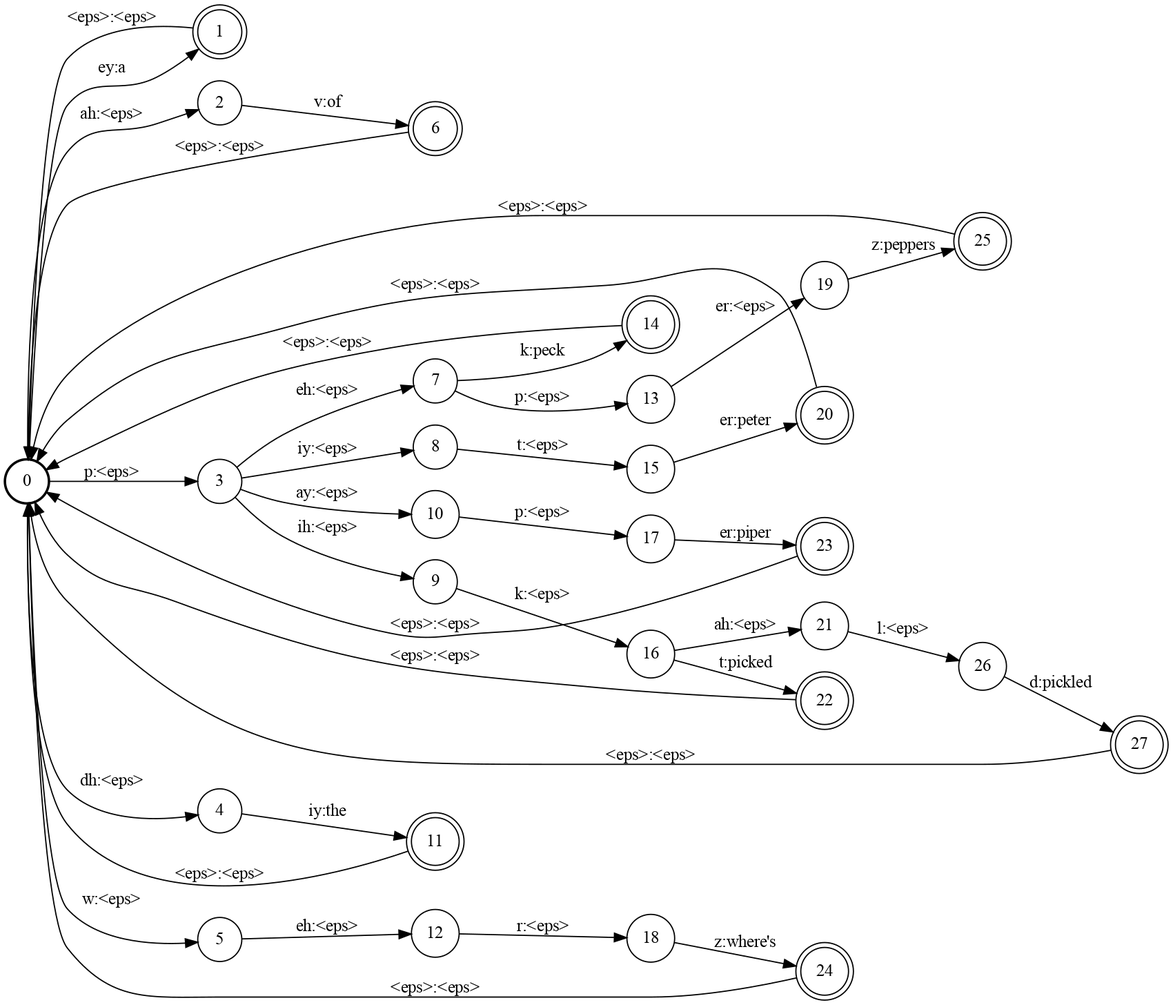
Above: tmp.png in SIMONDSKNIGHT/ASR_CW (Graphviz), before the change. Its source is kept beside it as tmp.dot.
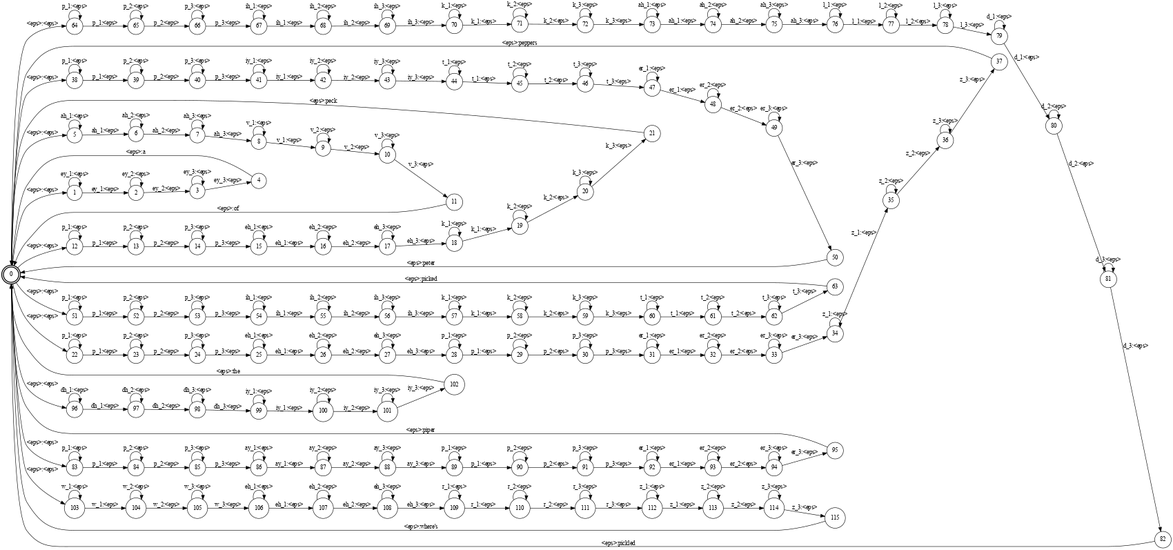
The same file after the commit.

The edit, as a diff of the source:
```diff
@@ -5,69 +5,350 @@
 orientation = Portrait;
 ranksep = "0.4";
 nodesep = "0.25";
-0 [label = "0", shape = circle, style = bold, fontsize = 14]
-	0 -> 1 [label = "ey:a", fontsize = 14];
-	0 -> 2 [label = "ah:<eps>", fontsize = 14];
-	0 -> 3 [label = "p:<eps>", fontsize = 14];
-	0 -> 4 [label = "dh:<eps>", fontsize = 14];
-	0 -> 5 [label = "w:<eps>", fontsize = 14];
-1 [label = "1", shape = doublecircle, style = solid, fontsize = 14]
-	1 -> 0 [label = "<eps>:<eps>", fontsize = 14];
+0 [label = "0", shape = doublecircle, style = bold, fontsize = 14]
+	0 -> 1 [label = "<eps>:<eps>", fontsize = 14];
+	0 -> 5 [label = "<eps>:<eps>", fontsize = 14];
+	0 -> 12 [label = "<eps>:<eps>", fontsize = 14];
+	0 -> 22 [label = "<eps>:<eps>", fontsize = 14];
+	0 -> 38 [label = "<eps>:<eps>", fontsize = 14];
+	0 -> 51 [label = "<eps>:<eps>", fontsize = 14];
+	0 -> 64 [label = "<eps>:<eps>", fontsize = 14];
+	0 -> 83 [label = "<eps>:<eps>", fontsize = 14];
+	0 -> 96 [label = "<eps>:<eps>", fontsize = 14];
+	0 -> 103 [label = "<eps>:<eps>", fontsize = 14];
+1 [label = "1", shape = circle, style = solid, fontsize = 14]
+	1 -> 1 [label = "ey_1:<eps>", fontsize = 14];
+	1 -> 2 [label = "ey_1:<eps>", fontsize = 14];
 2 [label = "2", shape = circle, style = solid, fontsize = 14]
-	2 -> 6 [label = "v:of", fontsize = 14];
+	2 -> 2 [label = "ey_2:<eps>", fontsize = 14];
+	2 -> 3 [label = "ey_2:<eps>", fontsize = 14];
 3 [label = "3", shape = circle, style = solid, fontsize = 14]
-	3 -> 7 [label = "eh:<eps>", fontsize = 14];
-	3 -> 8 [label = "iy:<eps>", fontsize = 14];
-	3 -> 9 [label = "ih:<eps>", fontsize = 14];
-	3 -> 10 [label = "ay:<eps>", fontsize = 14];
+	3 -> 3 [label = "ey_3:<eps>", fontsize = 14];
+	3 -> 4 [label = "ey_3:<eps>", fontsize = 14];
 4 [label = "4", shape = circle, style = solid, fontsize = 14]
-	4 -> 11 [label = "iy:the", fontsize = 14];
+	4 -> 0 [label = "<eps>:a", fontsize = 14];
 5 [label = "5", shape = circle, style = solid, fontsize = 14]
-	5 -> 12 [label = "eh:<eps>", fontsize = 14];
-6 [label = "6", shape = doublecircle, style = solid, fontsize = 14]
-	6 -> 0 [label = "<eps>:<eps>", fontsize = 14];
+	5 -> 5 [label = "ah_1:<eps>", fontsize = 14];
+	5 -> 6 [label = "ah_1:<eps>", fontsize = 14];
+6 [label = "6", shape = circle, style = solid, fontsize = 14]
+	6 -> 6 [label = "ah_2:<eps>", fontsize = 14];
+	6 -> 7 [label = "ah_2:<eps>", fontsize = 14];
 7 [label = "7", shape = circle, style = solid, fontsize = 14]
-	7 -> 13 [label = "p:<eps>", fontsize = 14];
-	7 -> 14 [label = "k:peck", fontsize = 14];
+	7 -> 7 [label = "ah_3:<eps>", fontsize = 14];
+	7 -> 8 [label = "ah_3:<eps>", fontsize = 14];
 8 [label = "8", shape = circle, style = solid, fontsize = 14]
-	8 -> 15 [label = "t:<eps>", fontsize = 14];
+	8 -> 8 [label = "v_1:<eps>", fontsize = 14];
+	8 -> 9 [label = "v_1:<eps>", fontsize = 14];
 9 [label = "9", shape = circle, style = solid, fontsize = 14]
-	9 -> 16 [label = "k:<eps>", fontsize = 14];
+	9 -> 9 [label = "v_2:<eps>", fontsize = 14];
+	9 -> 10 [label = "v_2:<eps>", fontsize = 14];
 10 [label = "10", shape = circle, style = solid, fontsize = 14]
-	10 -> 17 [label = "p:<eps>", fontsize = 14];
-11 [label = "11", shape = doublecircle, style = solid, fontsize = 14]
-	11 -> 0 [label = "<eps>:<eps>", fontsize = 14];
+	10 -> 10 [label = "v_3:<eps>", fontsize = 14];
+	10 -> 11 [label = "v_3:<eps>", fontsize = 14];
+11 [label = "11", shape = circle, style = solid, fontsize = 14]
+	11 -> 0 [label = "<eps>:of", fontsize = 14];
 12 [label = "12", shape = circle, style = solid, fontsize = 14]
-	12 -> 18 [label = "r:<eps>", fontsize = 14];
+	12 -> 12 [label = "p_1:<eps>", fontsize = 14];
+	12 -> 13 [label = "p_1:<eps>", fontsize = 14];
 13 [label = "13", shape = circle, style = solid, fontsize = 14]
-	13 -> 19 [label = "er:<eps>", fontsize = 14];
-14 [label = "14", shape = doublecircle, style = solid, fontsize = 14]
-	14 -> 0 [label = "<eps>:<eps>", fontsize = 14];
+	13 -> 13 [label = "p_2:<eps>", fontsize = 14];
+	13 -> 14 [label = "p_2:<eps>", fontsize = 14];
+14 [label = "14", shape = circle, style = solid, fontsize = 14]
+	14 -> 14 [label = "p_3:<eps>", fontsize = 14];
+	14 -> 15 [label = "p_3:<eps>", fontsize = 14];
 15 [label = "15", shape = circle, style = solid, fontsize = 14]
-	15 -> 20 [label = "er:peter", fontsize = 14];
+	15 -> 15 [label = "eh_1:<eps>", fontsize = 14];
+	15 -> 16 [label = "eh_1:<eps>", fontsize = 14];
 16 [label = "16", shape = circle, style = solid, fontsize = 14]
-	16 -> 21 [label = "ah:<eps>", fontsize = 14];
-	16 -> 22 [label = "t:picked", fontsize = 14];
+	16 -> 16 [label = "eh_2:<eps>", fontsize = 14];
+	16 -> 17 [label = "eh_2:<eps>", fontsize = 14];
 17 [label = "17", shape = circle, style = solid, fontsize = 14]
-	17 -> 23 [label = "er:piper", fontsize = 14];
+	17 -> 17 [label = "eh_3:<eps>", fontsize = 14];
+	17 -> 18 [label = "eh_3:<eps>", fontsize = 14];
 18 [label = "18", shape = circle, style = solid, fontsize = 14]
-	18 -> 24 [label = "z:where's", fontsize = 14];
+	18 -> 18 [label = "k_1:<eps>", fontsize = 14];
+	18 -> 19 [label = "k_1:<eps>", fontsize = 14];
 19 [label = "19", shape = circle, style = solid, fontsize = 14]
-	19 -> 25 [label = "z:peppers", fontsize = 14];
-20 [label = "20", shape = doublecircle, style = solid, fontsize = 14]
-	20 -> 0 [label = "<eps>:<eps>", fontsize = 14];
+	19 -> 19 [label = "k_2:<eps>", fontsize = 14];
+	19 -> 20 [label = "k_2:<eps>", fontsize = 14];
+20 [label = "20", shape = circle, style = solid, fontsize = 14]
+	20 -> 20 [label = "k_3:<eps>", fontsize = 14];
+	20 -> 21 [label = "k_3:<eps>", fontsize = 14];
 21 [label = "21", shape = circle, style = solid, fontsize = 14]
-	21 -> 26 [label = "l:<eps>", fontsize = 14];
-22 [label = "22", shape = doublecircle, style = solid, fontsize = 14]
-	22 -> 0 [label = "<eps>:<eps>", fontsize = 14];
-23 [label = "23", shape = doublecircle, style = solid, fontsize = 14]
-	23 -> 0 [label = "<eps>:<eps>", fontsize = 14];
-24 [label = "24", shape = doublecircle, style = solid, fontsize = 14]
-	24 -> 0 [label = "<eps>:<eps>", fontsize = 14];
-25 [label = "25", shape = doublecircle, style = solid, fontsize = 14]
-	25 -> 0 [label = "<eps>:<eps>", fontsize = 14];
+	21 -> 0 [label = "<eps>:peck", fontsize = 14];
+22 [label = "22", shape = circle, style = solid, fontsize = 14]
+	22 -> 22 [label = "p_1:<eps>", fontsize = 14];
+	22 -> 23 [label = "p_1:<eps>", fontsize = 14];
+23 [label = "23", shape = circle, style = solid, fontsize = 14]
+	23 -> 23 [label = "p_2:<eps>", fontsize = 14];
+	23 -> 24 [label = "p_2:<eps>", fontsize = 14];
+24 [label = "24", shape = circle, style = solid, fontsize = 14]
+	24 -> 24 [label = "p_3:<eps>", fontsize = 14];
+	24 -> 25 [label = "p_3:<eps>", fontsize = 14];
+25 [label = "25", shape = circle, style = solid, fontsize = 14]
+	25 -> 25 [label = "eh_1:<eps>", fontsize = 14];
+	25 -> 26 [label = "eh_1:<eps>", fontsize = 14];
 26 [label = "26", shape = circle, style = solid, fontsize = 14]
-	26 -> 27 [label = "d:pickled", fontsize = 14];
-27 [label = "27", shape = doublecircle, style = solid, fontsize = 14]
-	27 -> 0 [label = "<eps>:<eps>", fontsize = 14];
+	26 -> 26 [label = "eh_2:<eps>", fontsize = 14];
+	26 -> 27 [label = "eh_2:<eps>", fontsize = 14];
+27 [label = "27", shape = circle, style = solid, fontsize = 14]
+	27 -> 27 [label = "eh_3:<eps>", fontsize = 14];
+	27 -> 28 [label = "eh_3:<eps>", fontsize = 14];
+28 [label = "28", shape = circle, style = solid, fontsize = 14]
+	28 -> 28 [label = "p_1:<eps>", fontsize = 14];
+	28 -> 29 [label = "p_1:<eps>", fontsize = 14];
+29 [label = "29", shape = circle, style = solid, fontsize = 14]
+	29 -> 29 [label = "p_2:<eps>", fontsize = 14];
+	29 -> 30 [label = "p_2:<eps>", fontsize = 14];
+30 [label = "30", shape = circle, style = solid, fontsize = 14]
+	30 -> 30 [label = "p_3:<eps>", fontsize = 14];
+	30 -> 31 [label = "p_3:<eps>", fontsize = 14];
+31 [label = "31", shape = circle, style = solid, fontsize = 14]
+	31 -> 31 [label = "er_1:<eps>", fontsize = 14];
+	31 -> 32 [label = "er_1:<eps>", fontsize = 14];
+32 [label = "32", shape = circle, style = solid, fontsize = 14]
+	32 -> 32 [label = "er_2:<eps>", fontsize = 14];
+	32 -> 33 [label = "er_2:<eps>", fontsize = 14];
+33 [label = "33", shape = circle, style = solid, fontsize = 14]
+	33 -> 33 [label = "er_3:<eps>", fontsize = 14];
+	33 -> 34 [label = "er_3:<eps>", fontsize = 14];
+34 [label = "34", shape = circle, style = solid, fontsize = 14]
+	34 -> 34 [label = "z_1:<eps>", fontsize = 14];
+	34 -> 35 [label = "z_1:<eps>", fontsize = 14];
+35 [label = "35", shape = circle, style = solid, fontsize = 14]
+	35 -> 35 [label = "z_2:<eps>", fontsize = 14];
+	35 -> 36 [label = "z_2:<eps>", fontsize = 14];
+36 [label = "36", shape = circle, style = solid, fontsize = 14]
+	36 -> 36 [label = "z_3:<eps>", fontsize = 14];
+	36 -> 37 [label = "z_3:<eps>", fontsize = 14];
+37 [label = "37", shape = circle, style = solid, fontsize = 14]
+	37 -> 0 [label = "<eps>:peppers", fontsize = 14];
+38 [label = "38", shape = circle, style = solid, fontsize = 14]
+	38 -> 38 [label = "p_1:<eps>", fontsize = 14];
+	38 -> 39 [label = "p_1:<eps>", fontsize = 14];
+39 [label = "39", shape = circle, style = solid, fontsize = 14]
+	39 -> 39 [label = "p_2:<eps>", fontsize = 14];
+	39 -> 40 [label = "p_2:<eps>", fontsize = 14];
+40 [label = "40", shape = circle, style = solid, fontsize = 14]
+	40 -> 40 [label = "p_3:<eps>", fontsize = 14];
+	40 -> 41 [label = "p_3:<eps>", fontsize = 14];
+41 [label = "41", shape = circle, style = solid, fontsize = 14]
+	41 -> 41 [label = "iy_1:<eps>", fontsize = 14];
+	41 -> 42 [label = "iy_1:<eps>", fontsize = 14];
+42 [label = "42", shape = circle, style = solid, fontsize = 14]
+	42 -> 42 [label = "iy_2:<eps>", fontsize = 14];
+	42 -> 43 [label = "iy_2:<eps>", fontsize = 14];
+43 [label = "43", shape = circle, style = solid, fontsize = 14]
+	43 -> 43 [label = "iy_3:<eps>", fontsize = 14];
+	43 -> 44 [label = "iy_3:<eps>", fontsize = 14];
+44 [label = "44", shape = circle, style = solid, fontsize = 14]
+	44 -> 44 [label = "t_1:<eps>", fontsize = 14];
+	44 -> 45 [label = "t_1:<eps>", fontsize = 14];
+45 [label = "45", shape = circle, style = solid, fontsize = 14]
+	45 -> 45 [label = "t_2:<eps>", fontsize = 14];
+	45 -> 46 [label = "t_2:<eps>", fontsize = 14];
+46 [label = "46", shape = circle, style = solid, fontsize = 14]
+	46 -> 46 [label = "t_3:<eps>", fontsize = 14];
+	46 -> 47 [label = "t_3:<eps>", fontsize = 14];
+47 [label = "47", shape = circle, style = solid, fontsize = 14]
+	47 -> 47 [label = "er_1:<eps>", fontsize = 14];
+	47 -> 48 [label = "er_1:<eps>", fontsize = 14];
+48 [label = "48", shape = circle, style = solid, fontsize = 14]
+	48 -> 48 [label = "er_2:<eps>", fontsize = 14];
+	48 -> 49 [label = "er_2:<eps>", fontsize = 14];
+49 [label = "49", shape = circle, style = solid, fontsize = 14]
+	49 -> 49 [label = "er_3:<eps>", fontsize = 14];
+	49 -> 50 [label = "er_3:<eps>", fontsize = 14];
+50 [label = "50", shape = circle, style = solid, fontsize = 14]
+	50 -> 0 [label = "<eps>:peter", fontsize = 14];
+51 [label = "51", shape = circle, style = solid, fontsize = 14]
+	51 -> 51 [label = "p_1:<eps>", fontsize = 14];
+	51 -> 52 [label = "p_1:<eps>", fontsize = 14];
+52 [label = "52", shape = circle, style = solid, fontsize = 14]
+	52 -> 52 [label = "p_2:<eps>", fontsize = 14];
+	52 -> 53 [label = "p_2:<eps>", fontsize = 14];
+53 [label = "53", shape = circle, style = solid, fontsize = 14]
+	53 -> 53 [label = "p_3:<eps>", fontsize = 14];
+	53 -> 54 [label = "p_3:<eps>", fontsize = 14];
+54 [label = "54", shape = circle, style = solid, fontsize = 14]
+	54 -> 54 [label = "ih_1:<eps>", fontsize = 14];
+	54 -> 55 [label = "ih_1:<eps>", fontsize = 14];
+55 [label = "55", shape = circle, style = solid, fontsize = 14]
+	55 -> 55 [label = "ih_2:<eps>", fontsize = 14];
+	55 -> 56 [label = "ih_2:<eps>", fontsize = 14];
+56 [label = "56", shape = circle, style = solid, fontsize = 14]
+	56 -> 56 [label = "ih_3:<eps>", fontsize = 14];
+	56 -> 57 [label = "ih_3:<eps>", fontsize = 14];
+57 [label = "57", shape = circle, style = solid, fontsize = 14]
+	57 -> 57 [label = "k_1:<eps>", fontsize = 14];
+	57 -> 58 [label = "k_1:<eps>", fontsize = 14];
+58 [label = "58", shape = circle, style = solid, fontsize = 14]
+	58 -> 58 [label = "k_2:<eps>", fontsize = 14];
+	58 -> 59 [label = "k_2:<eps>", fontsize = 14];
+59 [label = "59", shape = circle, style = solid, fontsize = 14]
+	59 -> 59 [label = "k_3:<eps>", fontsize = 14];
+	59 -> 60 [label = "k_3:<eps>", fontsize = 14];
+60 [label = "60", shape = circle, style = solid, fontsize = 14]
+	60 -> 60 [label = "t_1:<eps>", fontsize = 14];
+	60 -> 61 [label = "t_1:<eps>", fontsize = 14];
+61 [label = "61", shape = circle, style = solid, fontsize = 14]
+	61 -> 61 [label = "t_2:<eps>", fontsize = 14];
+	61 -> 62 [label = "t_2:<eps>", fontsize = 14];
+62 [label = "62", shape = circle, style = solid, fontsize = 14]
+	62 -> 62 [label = "t_3:<eps>", fontsize = 14];
+	62 -> 63 [label = "t_3:<eps>", fontsize = 14];
+63 [label = "63", shape = circle, style = solid, fontsize = 14]
+	63 -> 0 [label = "<eps>:picked", fontsize = 14];
+64 [label = "64", shape = circle, style = solid, fontsize = 14]
+	64 -> 64 [label = "p_1:<eps>", fontsize = 14];
+	64 -> 65 [label = "p_1:<eps>", fontsize = 14];
+65 [label = "65", shape = circle, style = solid, fontsize = 14]
+	65 -> 65 [label = "p_2:<eps>", fontsize = 14];
+	65 -> 66 [label = "p_2:<eps>", fontsize = 14];
+66 [label = "66", shape = circle, style = solid, fontsize = 14]
+	66 -> 66 [label = "p_3:<eps>", fontsize = 14];
+	66 -> 67 [label = "p_3:<eps>", fontsize = 14];
+67 [label = "67", shape = circle, style = solid, fontsize = 14]
+	67 -> 67 [label = "ih_1:<eps>", fontsize = 14];
+	67 -> 68 [label = "ih_1:<eps>", fontsize = 14];
+68 [label = "68", shape = circle, style = solid, fontsize = 14]
+	68 -> 68 [label = "ih_2:<eps>", fontsize = 14];
+	68 -> 69 [label = "ih_2:<eps>", fontsize = 14];
+69 [label = "69", shape = circle, style = solid, fontsize = 14]
+	69 -> 69 [label = "ih_3:<eps>", fontsize = 14];
+	69 -> 70 [label = "ih_3:<eps>", fontsize = 14];
+70 [label = "70", shape = circle, style = solid, fontsize = 14]
+	70 -> 70 [label = "k_1:<eps>", fontsize = 14];
+	70 -> 71 [label = "k_1:<eps>", fontsize = 14];
+71 [label = "71", shape = circle, style = solid, fontsize = 14]
+	71 -> 71 [label = "k_2:<eps>", fontsize = 14];
+	71 -> 72 [label = "k_2:<eps>", fontsize = 14];
+72 [label = "72", shape = circle, style = solid, fontsize = 14]
+	72 -> 72 [label = "k_3:<eps>", fontsize = 14];
+	72 -> 73 [label = "k_3:<eps>", fontsize = 14];
+73 [label = "73", shape = circle, style = solid, fontsize = 14]
+	73 -> 73 [label = "ah_1:<eps>", fontsize = 14];
+	73 -> 74 [label = "ah_1:<eps>", fontsize = 14];
+74 [label = "74", shape = circle, style = solid, fontsize = 14]
+	74 -> 74 [label = "ah_2:<eps>", fontsize = 14];
+	74 -> 75 [label = "ah_2:<eps>", fontsize = 14];
+75 [label = "75", shape = circle, style = solid, fontsize = 14]
+	75 -> 75 [label = "ah_3:<eps>", fontsize = 14];
+	75 -> 76 [label = "ah_3:<eps>", fontsize = 14];
+76 [label = "76", shape = circle, style = solid, fontsize = 14]
+	76 -> 76 [label = "l_1:<eps>", fontsize = 14];
+	76 -> 77 [label = "l_1:<eps>", fontsize = 14];
+77 [label = "77", shape = circle, style = solid, fontsize = 14]
+	77 -> 77 [label = "l_2:<eps>", fontsize = 14];
+	77 -> 78 [label = "l_2:<eps>", fontsize = 14];
+78 [label = "78", shape = circle, style = solid, fontsize = 14]
+	78 -> 78 [label = "l_3:<eps>", fontsize = 14];
+	78 -> 79 [label = "l_3:<eps>", fontsize = 14];
+79 [label = "79", shape = circle, style = solid, fontsize = 14]
+	79 -> 79 [label = "d_1:<eps>", fontsize = 14];
+	79 -> 80 [label = "d_1:<eps>", fontsize = 14];
+80 [label = "80", shape = circle, style = solid, fontsize = 14]
+	80 -> 80 [label = "d_2:<eps>", fontsize = 14];
+	80 -> 81 [label = "d_2:<eps>", fontsize = 14];
+81 [label = "81", shape = circle, style = solid, fontsize = 14]
+	81 -> 81 [label = "d_3:<eps>", fontsize = 14];
+	81 -> 82 [label = "d_3:<eps>", fontsize = 14];
+82 [label = "82", shape = circle, style = solid, fontsize = 14]
+	82 -> 0 [label = "<eps>:pickled", fontsize = 14];
+83 [label = "83", shape = circle, style = solid, fontsize = 14]
+	83 -> 83 [label = "p_1:<eps>", fontsize = 14];
+	83 -> 84 [label = "p_1:<eps>", fontsize = 14];
+84 [label = "84", shape = circle, style = solid, fontsize = 14]
+	84 -> 84 [label = "p_2:<eps>", fontsize = 14];
+	84 -> 85 [label = "p_2:<eps>", fontsize = 14];
+85 [label = "85", shape = circle, style = solid, fontsize = 14]
+	85 -> 85 [label = "p_3:<eps>", fontsize = 14];
+	85 -> 86 [label = "p_3:<eps>", fontsize = 14];
+86 [label = "86", shape = circle, style = solid, fontsize = 14]
+	86 -> 86 [label = "ay_1:<eps>", fontsize = 14];
+	86 -> 87 [label = "ay_1:<eps>", fontsize = 14];
+87 [label = "87", shape = circle, style = solid, fontsize = 14]
+	87 -> 87 [label = "ay_2:<eps>", fontsize = 14];
+	87 -> 88 [label = "ay_2:<eps>", fontsize = 14];
+88 [label = "88", shape = circle, style = solid, fontsize = 14]
+	88 -> 88 [label = "ay_3:<eps>", fontsize = 14];
+	88 -> 89 [label = "ay_3:<eps>", fontsize = 14];
+89 [label = "89", shape = circle, style = solid, fontsize = 14]
+	89 -> 89 [label = "p_1:<eps>", fontsize = 14];
+	89 -> 90 [label = "p_1:<eps>", fontsize = 14];
+90 [label = "90", shape = circle, style = solid, fontsize = 14]
+	90 -> 90 [label = "p_2:<eps>", fontsize = 14];
+	90 -> 91 [label = "p_2:<eps>", fontsize = 14];
+91 [label = "91", shape = circle, style = solid, fontsize = 14]
+	91 -> 91 [label = "p_3:<eps>", fontsize = 14];
+	91 -> 92 [label = "p_3:<eps>", fontsize = 14];
+92 [label = "92", shape = circle, style = solid, fontsize = 14]
+	92 -> 92 [label = "er_1:<eps>", fontsize = 14];
+	92 -> 93 [label = "er_1:<eps>", fontsize = 14];
+93 [label = "93", shape = circle, style = solid, fontsize = 14]
+	93 -> 93 [label = "er_2:<eps>", fontsize = 14];
+	93 -> 94 [label = "er_2:<eps>", fontsize = 14];
+94 [label = "94", shape = circle, style = solid, fontsize = 14]
+	94 -> 94 [label = "er_3:<eps>", fontsize = 14];
+	94 -> 95 [label = "er_3:<eps>", fontsize = 14];
+95 [label = "95", shape = circle, style = solid, fontsize = 14]
+	95 -> 0 [label = "<eps>:piper", fontsize = 14];
+96 [label = "96", shape = circle, style = solid, fontsize = 14]
+	96 -> 96 [label = "dh_1:<eps>", fontsize = 14];
+	96 -> 97 [label = "dh_1:<eps>", fontsize = 14];
+97 [label = "97", shape = circle, style = solid, fontsize = 14]
+	97 -> 97 [label = "dh_2:<eps>", fontsize = 14];
+	97 -> 98 [label = "dh_2:<eps>", fontsize = 14];
+98 [label = "98", shape = circle, style = solid, fontsize = 14]
+	98 -> 98 [label = "dh_3:<eps>", fontsize = 14];
+	98 -> 99 [label = "dh_3:<eps>", fontsize = 14];
+99 [label = "99", shape = circle, style = solid, fontsize = 14]
+	99 -> 99 [label = "iy_1:<eps>", fontsize = 14];
+	99 -> 100 [label = "iy_1:<eps>", fontsize = 14];
+100 [label = "100", shape = circle, style = solid, fontsize = 14]
+	100 -> 100 [label = "iy_2:<eps>", fontsize = 14];
+	100 -> 101 [label = "iy_2:<eps>", fontsize = 14];
+101 [label = "101", shape = circle, style = solid, fontsize = 14]
+	101 -> 101 [label = "iy_3:<eps>", fontsize = 14];
+	101 -> 102 [label = "iy_3:<eps>", fontsize = 14];
+102 [label = "102", shape = circle, style = solid, fontsize = 14]
+	102 -> 0 [label = "<eps>:the", fontsize = 14];
+103 [label = "103", shape = circle, style = solid, fontsize = 14]
+	103 -> 103 [label = "w_1:<eps>", fontsize = 14];
+	103 -> 104 [label = "w_1:<eps>", fontsize = 14];
+104 [label = "104", shape = circle, style = solid, fontsize = 14]
+	104 -> 104 [label = "w_2:<eps>", fontsize = 14];
+	104 -> 105 [label = "w_2:<eps>", fontsize = 14];
+105 [label = "105", shape = circle, style = solid, fontsize = 14]
+	105 -> 105 [label = "w_3:<eps>", fontsize = 14];
+	105 -> 106 [label = "w_3:<eps>", fontsize = 14];
+106 [label = "106", shape = circle, style = solid, fontsize = 14]
+	106 -> 106 [label = "eh_1:<eps>", fontsize = 14];
+	106 -> 107 [label = "eh_1:<eps>", fontsize = 14];
+107 [label = "107", shape = circle, style = solid, fontsize = 14]
+	107 -> 107 [label = "eh_2:<eps>", fontsize = 14];
+	107 -> 108 [label = "eh_2:<eps>", fontsize = 14];
+108 [label = "108", shape = circle, style = solid, fontsize = 14]
+	108 -> 108 [label = "eh_3:<eps>", fontsize = 14];
+	108 -> 109 [label = "eh_3:<eps>", fontsize = 14];
+109 [label = "109", shape = circle, style = solid, fontsize = 14]
+	109 -> 109 [label = "r_1:<eps>", fontsize = 14];
+	109 -> 110 [label = "r_1:<eps>", fontsize = 14];
+110 [label = "110", shape = circle, style = solid, fontsize = 14]
+	110 -> 110 [label = "r_2:<eps>", fontsize = 14];
+	110 -> 111 [label = "r_2:<eps>", fontsize = 14];
+111 [label = "111", shape = circle, style = solid, fontsize = 14]
+	111 -> 111 [label = "r_3:<eps>", fontsize = 14];
+	111 -> 112 [label = "r_3:<eps>", fontsize = 14];
+112 [label = "112", shape = circle, style = solid, fontsize = 14]
+	112 -> 112 [label = "z_1:<eps>", fontsize = 14];
+	112 -> 113 [label = "z_1:<eps>", fontsize = 14];
+113 [label = "113", shape = circle, style = solid, fontsize = 14]
+	113 -> 113 [label = "z_2:<eps>", fontsize = 14];
+	113 -> 114 [label = "z_2:<eps>", fontsize = 14];
+114 [label = "114", shape = circle, style = solid, fontsize = 14]
+	114 -> 114 [label = "z_3:<eps>", fontsize = 14];
+	114 -> 115 [label = "z_3:<eps>", fontsize = 14];
+115 [label = "115", shape = circle, style = solid, fontsize = 14]
+	115 -> 0 [label = "<eps>:where's", fontsize = 14];
 }
```
